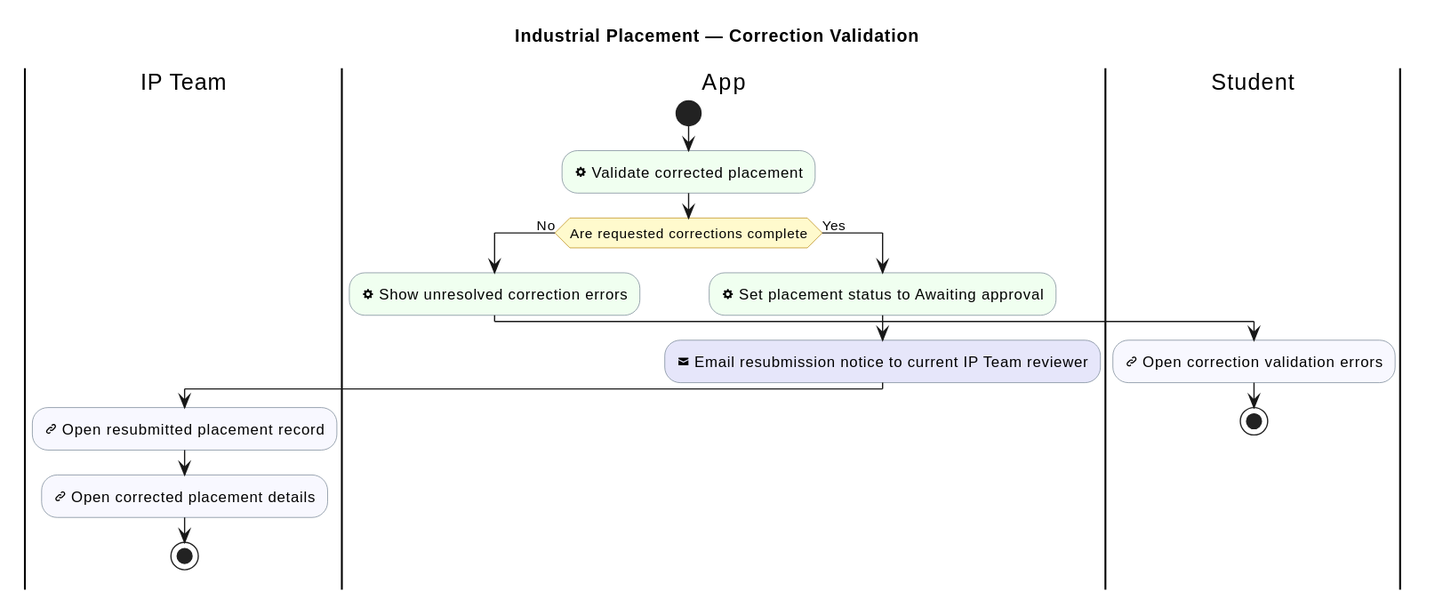
This is industrial-placement-group-project/diagrams/industrial-placement/correction-validation.svg from sdflkjssl/sdflkjssl.github.io, a PlantUML export, as it was before one commit.
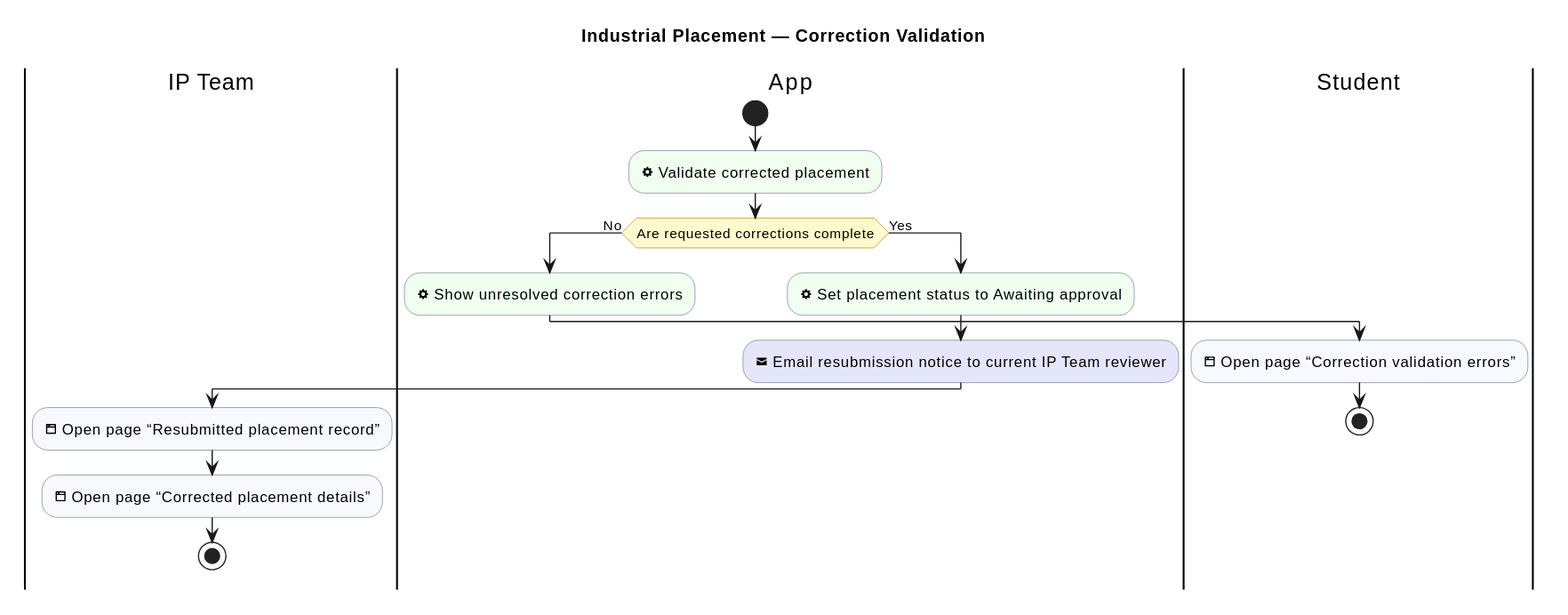
Above is the later version.

Change to the diagram source:
```diff
@@ -17,15 +17,15 @@
 if (Are requested corrections complete) then (No)
   :<&cog> Show unresolved correction errors; <<#HoneyDew>>
   |Student|
-  :<&link-intact> Open correction validation errors; <<#GhostWhite>>
+  :<&browser> Open page “Correction validation errors”; <<#GhostWhite>>
   stop
 else (Yes)
   |App|
   :<&cog> Set placement status to Awaiting approval; <<#HoneyDew>>
   :<&envelope-closed> Email resubmission notice to current IP Team reviewer; <<#Lavender>>
   |IP Team|
-  :<&link-intact> Open resubmitted placement record; <<#GhostWhite>>
-  :<&link-intact> Open corrected placement details; <<#GhostWhite>>
+  :<&browser> Open page “Resubmitted placement record”; <<#GhostWhite>>
+  :<&browser> Open page “Corrected placement details”; <<#GhostWhite>>
   stop
 endif
 @enduml
```
